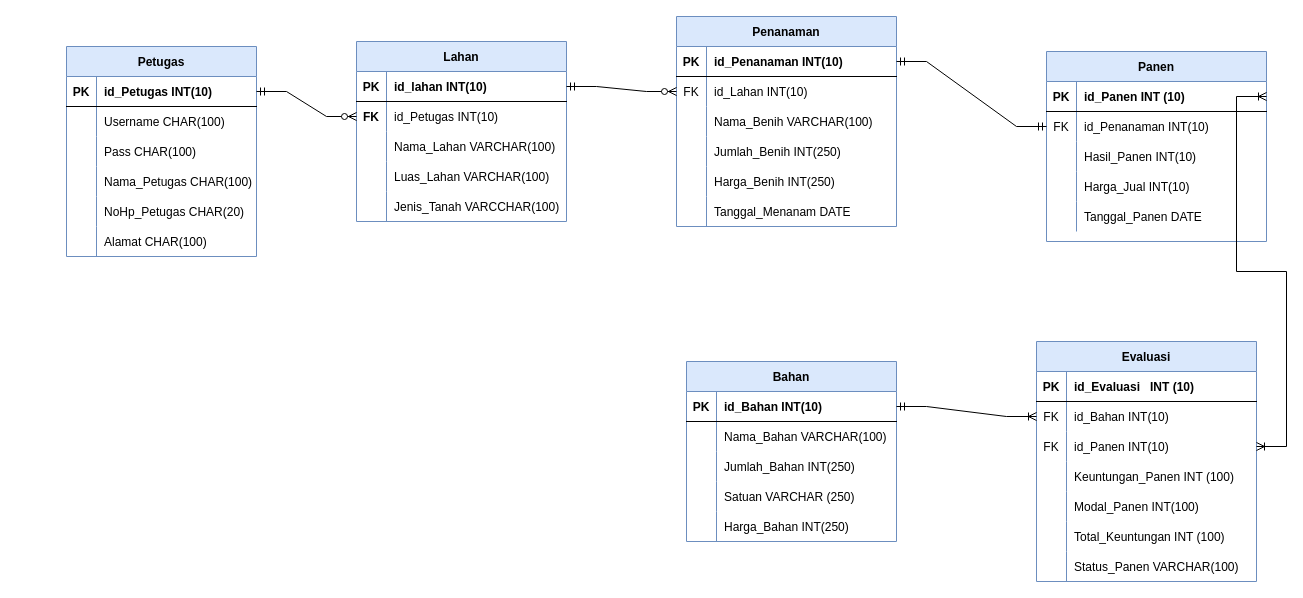
Above: pertemuan 3/Pertemuan 3.drawio in ramabhagadhara/IF214002 (draw.io), before the change. Source tidied: cells renumbered, new cells numbered last; positions are measured from the earlier drawing's top-left corner, leaving out a move shared by most shapes. Both pictures are drawn from the tidied source at 100%, with x=0, y=0 at pixel (66, 16).
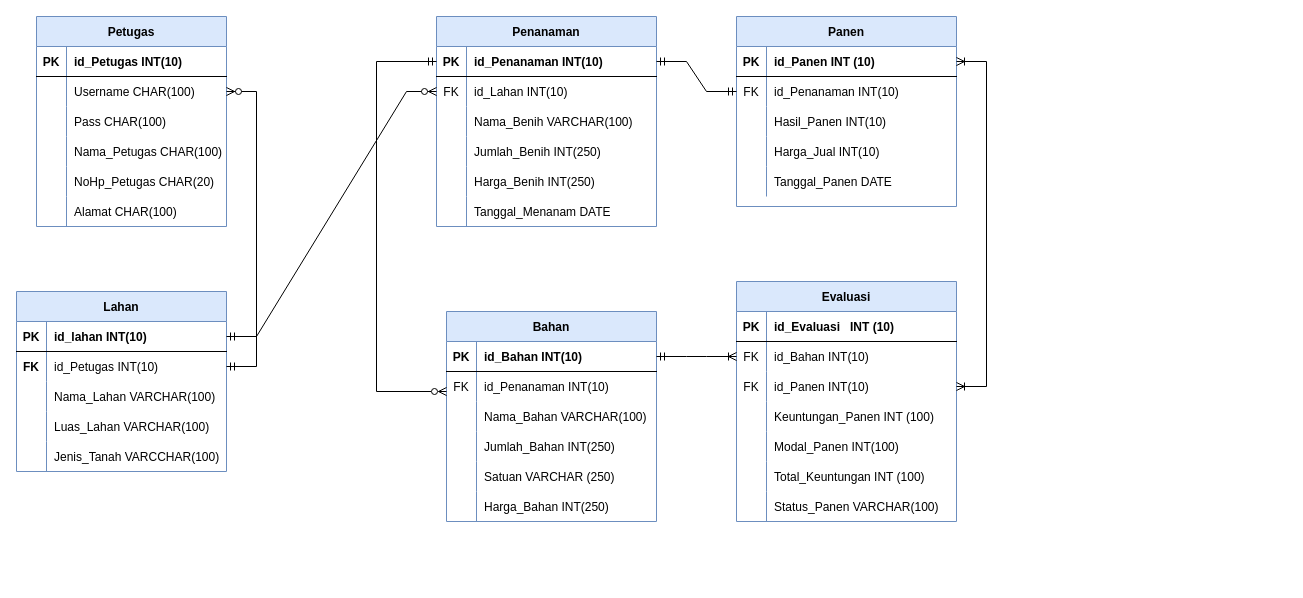
The same diagram, later.

Unchanged cells that the change refers to:
```xml
<mxCell id="6" style="shape=tableRow;horizontal=0;startSize=0;swimlaneHead=0;swimlaneBody=0;fillColor=none;points=[[0,0.5],[1,0.5]];portConstraint=eastwest;top=0;left=0;right=0;bottom=0;" parent="2" vertex="1">
  <mxGeometry y="60" width="220" height="30" as="geometry" />
</mxCell>
<mxCell id="19" style="shape=tableRow;horizontal=0;startSize=0;swimlaneHead=0;swimlaneBody=0;fillColor=none;points=[[0,0.5],[1,0.5]];portConstraint=eastwest;top=0;left=0;right=0;bottom=1;" parent="18" vertex="1">
  <mxGeometry y="30" width="220" height="30" as="geometry" />
</mxCell>
<mxCell id="38" style="shape=tableRow;horizontal=0;startSize=0;swimlaneHead=0;swimlaneBody=0;fillColor=none;points=[[0,0.5],[1,0.5]];portConstraint=eastwest;top=0;left=0;right=0;bottom=1;" parent="37" vertex="1">
  <mxGeometry y="30" width="190" height="30" as="geometry" />
</mxCell>
<mxCell id="41" style="shape=tableRow;horizontal=0;startSize=0;swimlaneHead=0;swimlaneBody=0;fillColor=none;points=[[0,0.5],[1,0.5]];portConstraint=eastwest;top=0;left=0;right=0;bottom=0;" parent="37" vertex="1">
  <mxGeometry y="60" width="190" height="30" as="geometry" />
</mxCell>
<mxCell id="60" style="shape=tableRow;horizontal=0;startSize=0;swimlaneHead=0;swimlaneBody=0;fillColor=none;points=[[0,0.5],[1,0.5]];portConstraint=eastwest;top=0;left=0;right=0;bottom=0;" parent="56" vertex="1">
  <mxGeometry y="60" width="210" height="30" as="geometry" />
</mxCell>
<mxCell id="98" style="shape=tableRow;horizontal=0;startSize=0;swimlaneHead=0;swimlaneBody=0;fillColor=none;points=[[0,0.5],[1,0.5]];portConstraint=eastwest;top=0;left=0;right=0;bottom=0;" parent="94" vertex="1">
  <mxGeometry y="60" width="210" height="30" as="geometry" />
</mxCell>
```

What changed in the source:
```diff
@@
     <mxCell id="2" value="Panen" style="shape=table;startSize=30;childLayout=tableLayout;rowLines=0;fontStyle=1;align=center;fillColor=#dae8fc;strokeColor=#6c8ebf;" parent="1" vertex="1">
-      <mxGeometry x="980" y="35" width="220" height="190" as="geometry" />
+      <mxGeometry x="670" width="220" height="190" as="geometry" />
     </mxCell>
@@
     <mxCell id="18" value="Penanaman" style="shape=table;startSize=30;childLayout=tableLayout;rowLines=0;fontStyle=1;align=center;fillColor=#dae8fc;strokeColor=#6c8ebf;" parent="1" vertex="1">
-      <mxGeometry x="610" width="220" height="210" as="geometry" />
+      <mxGeometry x="370" width="220" height="210" as="geometry" />
     </mxCell>
@@
     <mxCell id="37" value="Petugas" style="shape=table;startSize=30;childLayout=tableLayout;rowLines=0;fontStyle=1;align=center;fillColor=#dae8fc;strokeColor=#6c8ebf;" parent="1" vertex="1">
-      <mxGeometry y="30" width="190" height="210" as="geometry" />
+      <mxGeometry x="-30" width="190" height="210" as="geometry" />
     </mxCell>
@@
     <mxCell id="56" value="Bahan" style="shape=table;startSize=30;childLayout=tableLayout;rowLines=0;fontStyle=1;align=center;fillColor=#dae8fc;strokeColor=#6c8ebf;" parent="1" vertex="1">
-      <mxGeometry x="620" y="345" width="210" height="180" as="geometry" />
+      <mxGeometry x="380" y="295" width="210" height="210" as="geometry" />
     </mxCell>
@@
-    <mxCell id="61" style="shape=partialRectangle;fillColor=none;top=0;left=0;bottom=0;right=0;overflow=hidden;" parent="60" vertex="1">
+    <mxCell id="61" value="FK" style="shape=partialRectangle;fillColor=none;top=0;left=0;bottom=0;right=0;overflow=hidden;" parent="60" vertex="1">
       <mxGeometry width="30" height="30" as="geometry" />
     </mxCell>
-    <mxCell id="62" value="Nama_Bahan VARCHAR(100)" style="shape=partialRectangle;fillColor=none;top=0;left=0;bottom=0;right=0;align=left;spacingLeft=6;overflow=hidden;" parent="60" vertex="1">
+    <mxCell id="62" value="id_Penanaman INT(10)" style="shape=partialRectangle;fillColor=none;top=0;left=0;bottom=0;right=0;align=left;spacingLeft=6;overflow=hidden;" parent="60" vertex="1">
       <mxGeometry x="30" width="180" height="30" as="geometry" />
     </mxCell>
+    <mxCell id="115" style="shape=tableRow;horizontal=0;startSize=0;swimlaneHead=0;swimlaneBody=0;fillColor=none;top=0;left=0;right=0;bottom=0;" parent="56" vertex="1">
+      <mxGeometry y="90" width="210" height="30" as="geometry" />
+    </mxCell>
+    <mxCell id="116" style="shape=partialRectangle;fillColor=none;top=0;left=0;bottom=0;right=0;overflow=hidden;" parent="115" vertex="1">
+      <mxGeometry width="30" height="30" as="geometry" />
+    </mxCell>
+    <mxCell id="117" value="Nama_Bahan VARCHAR(100)" style="shape=partialRectangle;fillColor=none;top=0;left=0;bottom=0;right=0;align=left;spacingLeft=6;overflow=hidden;" parent="115" vertex="1">
+      <mxGeometry x="30" width="180" height="30" as="geometry" />
+    </mxCell>
     <mxCell id="63" style="shape=tableRow;horizontal=0;startSize=0;swimlaneHead=0;swimlaneBody=0;fillColor=none;top=0;left=0;right=0;bottom=0;" parent="56" vertex="1">
-      <mxGeometry y="90" width="210" height="30" as="geometry" />
+      <mxGeometry y="120" width="210" height="30" as="geometry" />
     </mxCell>
@@
     <mxCell id="66" style="shape=tableRow;horizontal=0;startSize=0;swimlaneHead=0;swimlaneBody=0;fillColor=none;top=0;left=0;right=0;bottom=0;" parent="56" vertex="1">
-      <mxGeometry y="120" width="210" height="30" as="geometry" />
+      <mxGeometry y="150" width="210" height="30" as="geometry" />
     </mxCell>
@@
     <mxCell id="69" style="shape=tableRow;horizontal=0;startSize=0;swimlaneHead=0;swimlaneBody=0;fillColor=none;top=0;left=0;right=0;bottom=0;" parent="56" vertex="1">
-      <mxGeometry y="150" width="210" height="30" as="geometry" />
+      <mxGeometry y="180" width="210" height="30" as="geometry" />
     </mxCell>
@@
     <mxCell id="72" value="Evaluasi" style="shape=table;startSize=30;childLayout=tableLayout;rowLines=0;fontStyle=1;align=center;fillColor=#dae8fc;strokeColor=#6c8ebf;" parent="1" vertex="1">
-      <mxGeometry x="970" y="325" width="220" height="240" as="geometry" />
+      <mxGeometry x="670" y="265" width="220" height="240" as="geometry" />
     </mxCell>
@@
     <mxCell id="94" value="Lahan" style="shape=table;startSize=30;childLayout=tableLayout;rowLines=0;fontStyle=1;align=center;fillColor=#dae8fc;strokeColor=#6c8ebf;" parent="1" vertex="1">
-      <mxGeometry x="290" y="25" width="210" height="180" as="geometry" />
+      <mxGeometry x="-50" y="275" width="210" height="180" as="geometry" />
     </mxCell>
@@
-    <mxCell id="110" style="edgeStyle=entityRelationEdgeStyle;fontSize=12;html=1;endArrow=ERzeroToMany;startArrow=ERmandOne;rounded=0;entryX=0;entryY=0.5;entryDx=0;entryDy=0;exitX=1;exitY=0.5;exitDx=0;exitDy=0;" parent="1" edge="1" source="38" target="98">
+    <mxCell id="110" style="edgeStyle=entityRelationEdgeStyle;fontSize=12;html=1;endArrow=ERzeroToMany;startArrow=ERmandOne;rounded=0;exitX=1;exitY=0.5;exitDx=0;exitDy=0;entryX=1;entryY=0.5;entryDx=0;entryDy=0;" parent="1" edge="1" source="98" target="41">
       <mxGeometry relative="1" as="geometry" />
     </mxCell>
@@
-    <mxCell id="112" style="edgeStyle=entityRelationEdgeStyle;fontSize=12;html=1;endArrow=ERmandOne;startArrow=ERmandOne;rounded=0;entryX=0;entryY=0.5;entryDx=0;entryDy=0;exitX=1;exitY=0.5;exitDx=0;exitDy=0;endFill=0;" parent="1" edge="1" target="6">
-      <mxGeometry relative="1" as="geometry">
-        <mxPoint x="830" y="45" as="sourcePoint" />
-      </mxGeometry>
+    <mxCell id="112" style="edgeStyle=entityRelationEdgeStyle;fontSize=12;html=1;endArrow=ERmandOne;startArrow=ERmandOne;rounded=0;entryX=0;entryY=0.5;entryDx=0;entryDy=0;exitX=1;exitY=0.5;exitDx=0;exitDy=0;endFill=0;" parent="1" edge="1" source="19" target="6">
+      <mxGeometry relative="1" as="geometry" />
     </mxCell>
@@
+    <mxCell id="118" style="endArrow=ERmandOne;html=1;rounded=0;entryX=0;entryY=0.5;entryDx=0;entryDy=0;endFill=0;" parent="1" edge="1" target="19">
+      <mxGeometry relative="1" as="geometry">
+        <mxPoint x="310" y="45" as="sourcePoint" />
+      </mxGeometry>
+    </mxCell>
+    <mxCell id="119" style="endArrow=none;html=1;rounded=0;" parent="1" edge="1">
+      <mxGeometry relative="1" as="geometry">
+        <mxPoint x="310" y="375" as="sourcePoint" />
+        <mxPoint x="310" y="45" as="targetPoint" />
+      </mxGeometry>
+    </mxCell>
+    <mxCell id="120" style="endArrow=ERzeroToMany;html=1;rounded=0;entryX=0;entryY=0.667;entryDx=0;entryDy=0;entryPerimeter=0;endFill=0;" parent="1" edge="1" target="60">
+      <mxGeometry relative="1" as="geometry">
+        <mxPoint x="310" y="375" as="sourcePoint" />
+      </mxGeometry>
+    </mxCell>
```
